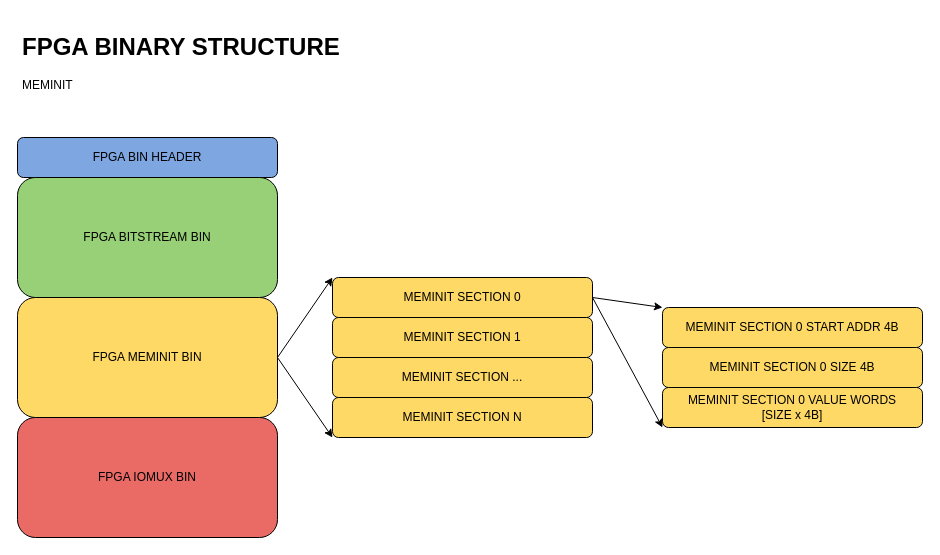
Above: page "meminit" (3 of 4) of qf_apps/qf_bootloader/fpga-bin-structure.drawio in QuickLogic-Corp/qorc-sdk (draw.io), before the change. Source tidied: cells renumbered, new cells numbered last; positions are measured from the earlier drawing's top-left corner, leaving out a move shared by most shapes. Both pictures are drawn from the tidied source at 100%, with x=0, y=0 at pixel (17, 27).
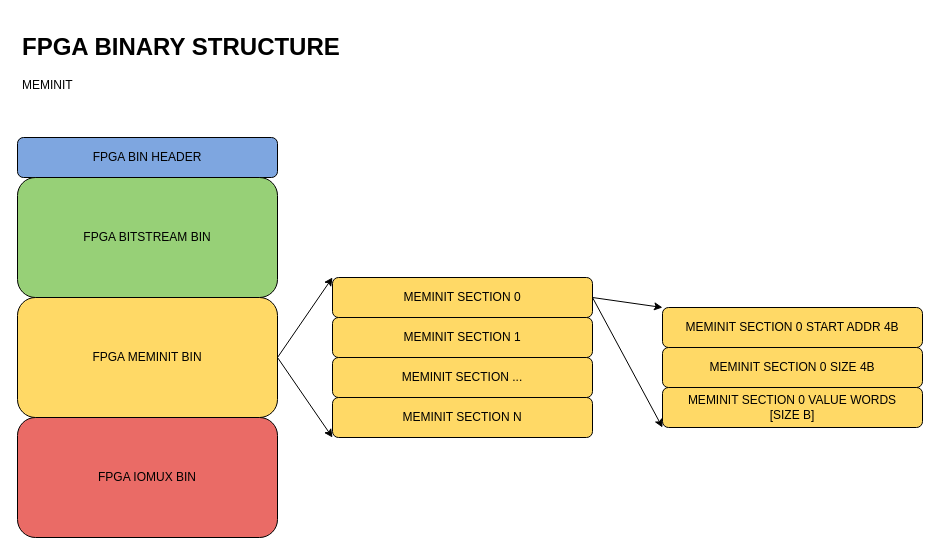
Above is the later version.

The edit, as a diff of the source:
```diff
@@
 <mxGraphModel>
   <root>
     <mxCell id="0" />
     <mxCell id="1" parent="0" />
     <mxCell id="2" value="&lt;div&gt;FPGA BIN HEADER&lt;/div&gt;" style="rounded=1;whiteSpace=wrap;html=1;fillColor=#7EA6E0;" parent="1" vertex="1">
       <mxGeometry y="110" width="260" height="40" as="geometry" />
     </mxCell>
     <mxCell id="3" value="&lt;div&gt;FPGA BITSTREAM BIN&lt;br&gt;&lt;/div&gt;" style="rounded=1;whiteSpace=wrap;html=1;fillColor=#97D077;" parent="1" vertex="1">
       <mxGeometry y="150" width="260" height="120" as="geometry" />
     </mxCell>
     <mxCell id="4" value="&lt;div&gt;FPGA IOMUX BIN&lt;br&gt;&lt;/div&gt;" style="rounded=1;whiteSpace=wrap;html=1;fillColor=#EA6B66;" parent="1" vertex="1">
       <mxGeometry y="390" width="260" height="120" as="geometry" />
     </mxCell>
     <mxCell id="5" value="&lt;div&gt;FPGA MEMINIT BIN&lt;br&gt;&lt;/div&gt;" style="rounded=1;whiteSpace=wrap;html=1;fillColor=#FFD966;" parent="1" vertex="1">
       <mxGeometry y="270" width="260" height="120" as="geometry" />
     </mxCell>
     <mxCell id="6" value="MEMINIT SECTION 0 SIZE 4B" style="rounded=1;whiteSpace=wrap;html=1;fillColor=#FFD966;" parent="1" vertex="1">
       <mxGeometry x="645" y="320" width="260" height="40" as="geometry" />
     </mxCell>
-    <mxCell id="7" value="&lt;div&gt;MEMINIT SECTION 0 VALUE WORDS&lt;/div&gt;&lt;div&gt;[SIZE x 4B]&lt;/div&gt;" style="rounded=1;whiteSpace=wrap;html=1;fillColor=#FFD966;" parent="1" vertex="1">
+    <mxCell id="7" value="&lt;div&gt;MEMINIT SECTION 0 VALUE WORDS&lt;/div&gt;&lt;div&gt;[SIZE B]&lt;/div&gt;" style="rounded=1;whiteSpace=wrap;html=1;fillColor=#FFD966;" parent="1" vertex="1">
       <mxGeometry x="645" y="360" width="260" height="40" as="geometry" />
     </mxCell>
     <mxCell id="8" style="endArrow=classic;html=1;exitX=1;exitY=0.5;exitDx=0;exitDy=0;entryX=0;entryY=0;entryDx=0;entryDy=0;" parent="1" edge="1" source="5" target="12">
       <mxGeometry relative="1" as="geometry" />
     </mxCell>
     <mxCell id="9" style="endArrow=classic;html=1;exitX=1;exitY=0.5;exitDx=0;exitDy=0;entryX=0;entryY=1;entryDx=0;entryDy=0;" parent="1" edge="1" source="5" target="15">
       <mxGeometry relative="1" as="geometry" />
     </mxCell>
     <mxCell id="10" value="&lt;h1&gt;FPGA BINARY STRUCTURE&lt;br&gt;&lt;/h1&gt;&lt;p&gt;MEMINIT&lt;br&gt;&lt;/p&gt;" style="text;html=1;strokeColor=none;fillColor=none;spacing=5;spacingTop=-20;whiteSpace=wrap;overflow=hidden;rounded=0;" parent="1" vertex="1">
       <mxGeometry width="330" height="80" as="geometry" />
     </mxCell>
     <mxCell id="11" value="MEMINIT SECTION 0 START ADDR 4B" style="rounded=1;whiteSpace=wrap;html=1;fillColor=#FFD966;" parent="1" vertex="1">
       <mxGeometry x="645" y="280" width="260" height="40" as="geometry" />
     </mxCell>
     <mxCell id="12" value="MEMINIT SECTION 0" style="rounded=1;whiteSpace=wrap;html=1;fillColor=#FFD966;" parent="1" vertex="1">
       <mxGeometry x="315" y="250" width="260" height="40" as="geometry" />
     </mxCell>
     <mxCell id="13" value="MEMINIT SECTION 1" style="rounded=1;whiteSpace=wrap;html=1;fillColor=#FFD966;" parent="1" vertex="1">
       <mxGeometry x="315" y="290" width="260" height="40" as="geometry" />
     </mxCell>
     <mxCell id="14" value="MEMINIT SECTION ..." style="rounded=1;whiteSpace=wrap;html=1;fillColor=#FFD966;" parent="1" vertex="1">
       <mxGeometry x="315" y="330" width="260" height="40" as="geometry" />
     </mxCell>
     <mxCell id="15" value="MEMINIT SECTION N" style="rounded=1;whiteSpace=wrap;html=1;fillColor=#FFD966;" parent="1" vertex="1">
       <mxGeometry x="315" y="370" width="260" height="40" as="geometry" />
     </mxCell>
     <mxCell id="16" style="endArrow=classic;html=1;exitX=1;exitY=0.5;exitDx=0;exitDy=0;entryX=0;entryY=0;entryDx=0;entryDy=0;" parent="1" edge="1" source="12" target="11">
       <mxGeometry relative="1" as="geometry" />
     </mxCell>
     <mxCell id="17" style="endArrow=classic;html=1;exitX=1;exitY=0.5;exitDx=0;exitDy=0;entryX=0;entryY=1;entryDx=0;entryDy=0;" parent="1" edge="1" source="12" target="7">
       <mxGeometry relative="1" as="geometry" />
     </mxCell>
   </root>
 </mxGraphModel>
```
